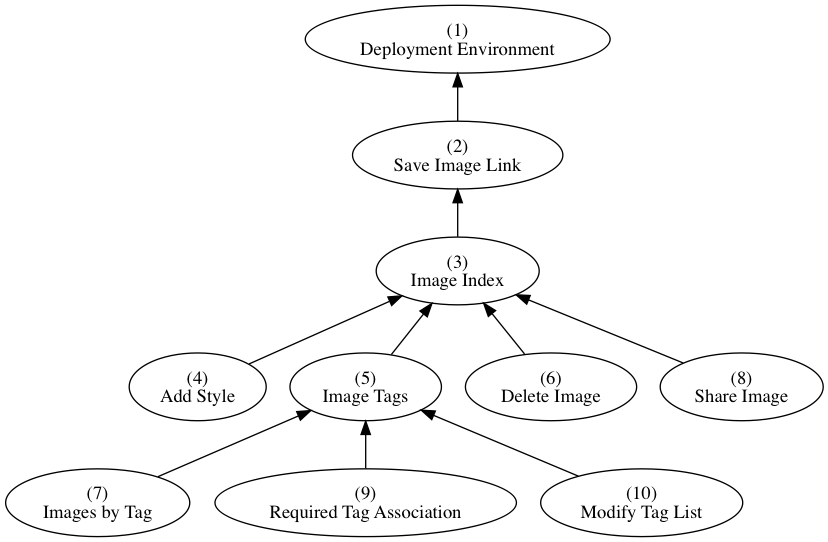
The Graphviz diagram dependencies.png in AppFolioOnboarding/tasks, before a commit. Its source is kept beside it as dependencies.dot.
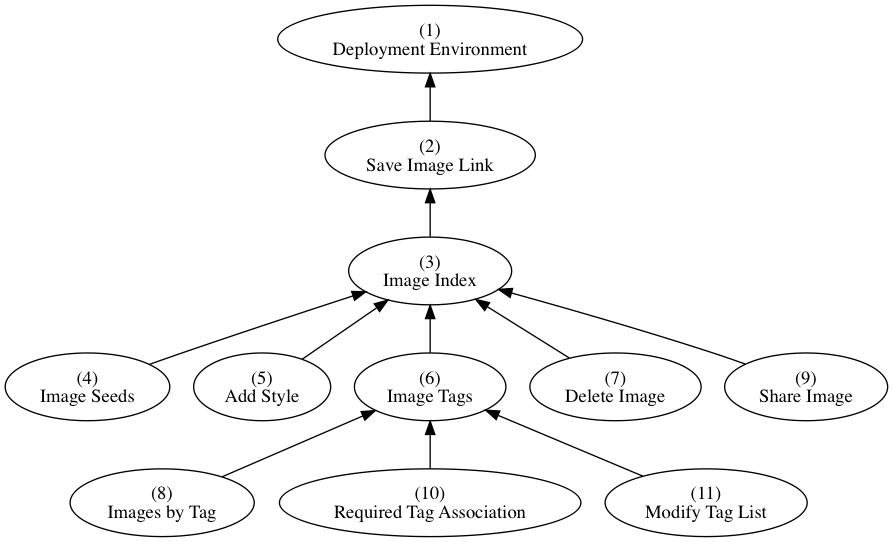
After the change.

Commit message:
Re-add image seeds story (we're keeping it)

The edit, as a diff of the source:
```diff
@@ -4,17 +4,19 @@
   "Deployment Environment" [label="(1)\nDeployment Environment"]
   "Save Image Link" [label="(2)\nSave Image Link"]
   "Image Index" [label="(3)\nImage Index"]
-  "Add Style" [label="(4)\nAdd Style"]
-  "Image Tags" [label="(5)\nImage Tags"]
-  "Delete Image" [label="(6)\nDelete Image"]
-  "Images by Tag" [label="(7)\nImages by Tag"]
-  "Share Image" [label="(8)\nShare Image"]
-  "Required Tag Association" [label="(9)\nRequired Tag Association"]
-  "Modify Tag List" [label="(10)\nModify Tag List"]
+  "Image Seeds" [label="(4)\nImage Seeds"]
+  "Add Style" [label="(5)\nAdd Style"]
+  "Image Tags" [label="(6)\nImage Tags"]
+  "Delete Image" [label="(7)\nDelete Image"]
+  "Images by Tag" [label="(8)\nImages by Tag"]
+  "Share Image" [label="(9)\nShare Image"]
+  "Required Tag Association" [label="(10)\nRequired Tag Association"]
+  "Modify Tag List" [label="(11)\nModify Tag List"]
 
   "Add Style" -> "Image Index"
   "Delete Image" -> "Image Index"
   "Image Index" -> "Save Image Link"
+  "Image Seeds" -> "Image Index"
   "Image Tags" -> "Image Index"
   "Images by Tag" -> "Image Tags"
   "Modify Tag List" -> "Image Tags"
```
